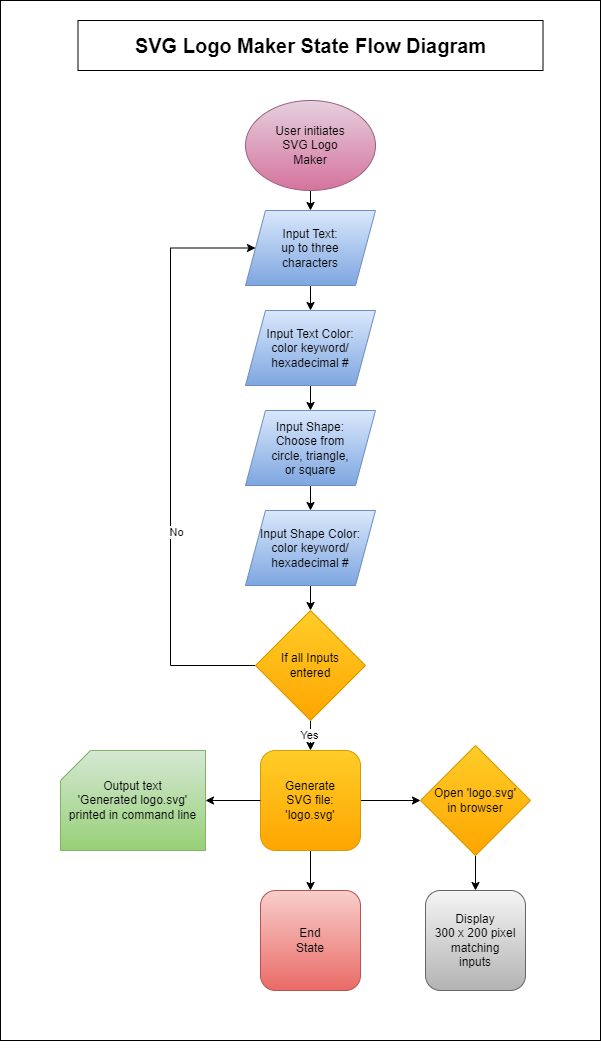
This is assets/img/Readme Generator State Diagram v1.png from naturuplift/SVGLogoMaker, a draw.io export, as it was before one commit. Source tidied: cells renumbered, new cells last; positions are measured from the earlier drawing's top-left corner, leaving out a move shared by most shapes.
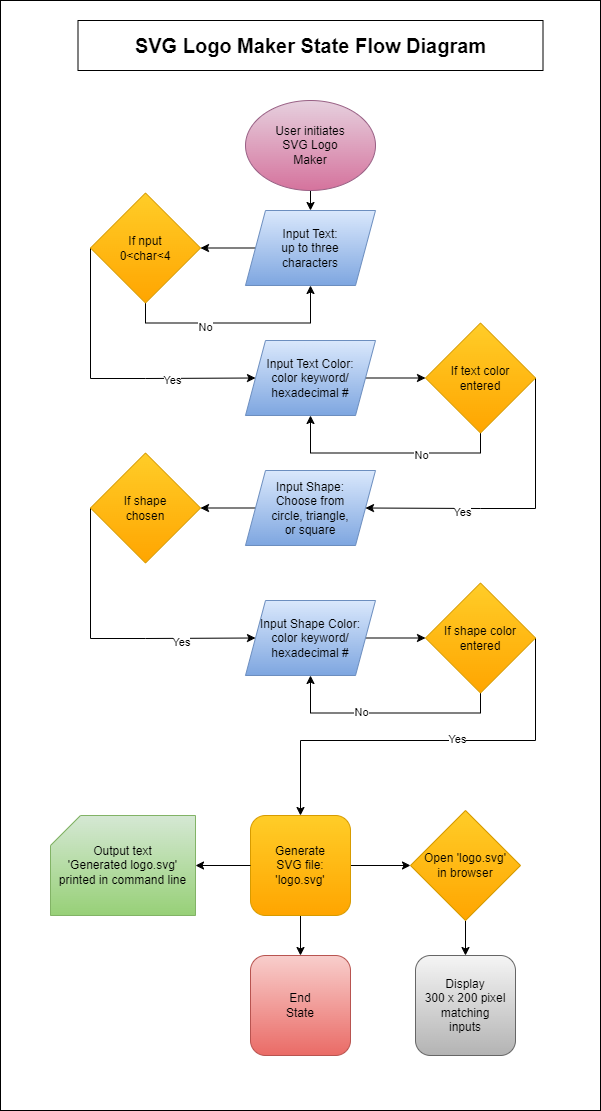
Later version of the same file.

What changed in the source:
```diff
@@ -3,7 +3,7 @@
     <mxCell id="0" />
     <mxCell id="1" parent="0" />
     <mxCell id="2" style="rounded=0;whiteSpace=wrap;html=1;fontStyle=1;" parent="1" vertex="1">
-      <mxGeometry width="600" height="1040" as="geometry" />
+      <mxGeometry width="600" height="1110" as="geometry" />
     </mxCell>
     <mxCell id="3" style="edgeStyle=orthogonalEdgeStyle;rounded=0;jettySize=auto;html=1;exitX=0.5;exitY=1;exitDx=0;exitDy=0;entryX=0.5;entryY=0;entryDx=0;entryDy=0;" parent="1" edge="1" source="5" target="7">
       <mxGeometry relative="1" as="geometry" />
@@ -14,14 +14,14 @@
     <mxCell id="5" value="User initiates&lt;br&gt;SVG Logo&lt;br&gt;Maker" style="ellipse;whiteSpace=wrap;html=1;fillColor=#e6d0de;strokeColor=#996185;gradientColor=#d5739d;" parent="1" vertex="1">
       <mxGeometry x="245" y="100" width="130" height="90" as="geometry" />
     </mxCell>
-    <mxCell id="6" style="edgeStyle=orthogonalEdgeStyle;rounded=0;jettySize=auto;html=1;exitX=0.5;exitY=1;exitDx=0;exitDy=0;entryX=0.5;entryY=0;entryDx=0;entryDy=0;" parent="1" edge="1" source="7" target="15">
-      <mxGeometry relative="1" as="geometry" />
-    </mxCell>
+    <mxCell id="29" style="edgeStyle=orthogonalEdgeStyle;rounded=0;jettySize=auto;html=1;exitX=0;exitY=0.5;exitDx=0;exitDy=0;entryX=1;entryY=0.5;entryDx=0;entryDy=0;" parent="1" edge="1" source="7" target="25">
+      <mxGeometry relative="1" as="geometry" />
+    </mxCell>
     <mxCell id="7" value="Input Text:&lt;br&gt;up to three&lt;br&gt;characters" style="shape=parallelogram;perimeter=parallelogramPerimeter;whiteSpace=wrap;html=1;fixedSize=1;fillColor=#dae8fc;strokeColor=#6c8ebf;gradientColor=#7ea6e0;" parent="1" vertex="1">
       <mxGeometry x="245" y="210" width="130" height="75" as="geometry" />
     </mxCell>
     <mxCell id="8" value="Display&lt;br&gt;300 x 200 pixel&lt;br&gt;matching&lt;br&gt;inputs" style="rounded=1;whiteSpace=wrap;html=1;fontSize=12;glass=0;strokeWidth=1;shadow=0;fillColor=#f5f5f5;strokeColor=#666666;gradientColor=#b3b3b3;" parent="1" vertex="1">
-      <mxGeometry x="425" y="890" width="100" height="100" as="geometry" />
+      <mxGeometry x="415" y="955" width="100" height="100" as="geometry" />
     </mxCell>
     <mxCell id="9" style="edgeStyle=orthogonalEdgeStyle;rounded=0;jettySize=auto;html=1;exitX=0.5;exitY=1;exitDx=0;exitDy=0;entryX=0.5;entryY=0;entryDx=0;entryDy=0;" parent="1" edge="1" source="11" target="13">
       <mxGeometry relative="1" as="geometry" />
@@ -30,7 +30,7 @@
       <mxGeometry relative="1" as="geometry" />
     </mxCell>
     <mxCell id="11" value="Generate&lt;br&gt;SVG file:&lt;br&gt;'logo.svg'" style="rounded=1;whiteSpace=wrap;html=1;fontSize=12;glass=0;strokeWidth=1;shadow=0;fillColor=#ffcd28;strokeColor=#d79b00;gradientColor=#ffa500;" parent="1" vertex="1">
-      <mxGeometry x="260" y="750" width="100" height="100" as="geometry" />
+      <mxGeometry x="250" y="815" width="100" height="100" as="geometry" />
     </mxCell>
     <mxCell id="12" style="edgeStyle=orthogonalEdgeStyle;rounded=0;orthogonalLoop=1;jettySize=auto;html=1;exitX=0.5;exitY=1;exitDx=0;exitDy=0;" parent="1" edge="1">
       <mxGeometry relative="1" as="geometry">
@@ -39,57 +39,113 @@
       </mxGeometry>
     </mxCell>
     <mxCell id="13" value="End&lt;br&gt;State" style="rounded=1;whiteSpace=wrap;html=1;fontSize=12;glass=0;strokeWidth=1;shadow=0;fillColor=#f8cecc;strokeColor=#b85450;gradientColor=#ea6b66;" parent="1" vertex="1">
-      <mxGeometry x="260" y="890" width="100" height="100" as="geometry" />
+      <mxGeometry x="250" y="955" width="100" height="100" as="geometry" />
     </mxCell>
-    <mxCell id="14" style="edgeStyle=orthogonalEdgeStyle;rounded=0;jettySize=auto;html=1;exitX=0.5;exitY=1;exitDx=0;exitDy=0;" parent="1" edge="1" source="15" target="17">
-      <mxGeometry relative="1" as="geometry" />
-    </mxCell>
+    <mxCell id="30" style="edgeStyle=orthogonalEdgeStyle;rounded=0;jettySize=auto;html=1;exitX=1;exitY=0.5;exitDx=0;exitDy=0;entryX=0;entryY=0.5;entryDx=0;entryDy=0;" parent="1" edge="1" source="15" target="40">
+      <mxGeometry relative="1" as="geometry" />
+    </mxCell>
     <mxCell id="15" value="Input Text Color:&lt;br&gt;color keyword/&lt;br&gt;hexadecimal #" style="shape=parallelogram;perimeter=parallelogramPerimeter;whiteSpace=wrap;html=1;fixedSize=1;fillColor=#dae8fc;strokeColor=#6c8ebf;gradientColor=#7ea6e0;" parent="1" vertex="1">
-      <mxGeometry x="245" y="310" width="130" height="75" as="geometry" />
+      <mxGeometry x="245" y="340" width="130" height="75" as="geometry" />
     </mxCell>
-    <mxCell id="16" style="edgeStyle=orthogonalEdgeStyle;rounded=0;jettySize=auto;html=1;exitX=0.5;exitY=1;exitDx=0;exitDy=0;" parent="1" edge="1" source="17" target="19">
-      <mxGeometry relative="1" as="geometry" />
-    </mxCell>
+    <mxCell id="31" style="edgeStyle=orthogonalEdgeStyle;rounded=0;jettySize=auto;html=1;exitX=0;exitY=0.5;exitDx=0;exitDy=0;entryX=1;entryY=0.5;entryDx=0;entryDy=0;" parent="1" edge="1" source="17" target="43">
+      <mxGeometry relative="1" as="geometry" />
+    </mxCell>
     <mxCell id="17" value="Input Shape:&lt;br&gt;Choose from&lt;br&gt;circle, triangle,&lt;br&gt;or square" style="shape=parallelogram;perimeter=parallelogramPerimeter;whiteSpace=wrap;html=1;fixedSize=1;fillColor=#dae8fc;strokeColor=#6c8ebf;gradientColor=#7ea6e0;" parent="1" vertex="1">
-      <mxGeometry x="245" y="410" width="130" height="75" as="geometry" />
+      <mxGeometry x="245" y="470" width="130" height="75" as="geometry" />
     </mxCell>
-    <mxCell id="18" style="edgeStyle=orthogonalEdgeStyle;rounded=0;jettySize=auto;html=1;exitX=0.5;exitY=1;exitDx=0;exitDy=0;entryX=0.5;entryY=0;entryDx=0;entryDy=0;" parent="1" edge="1" source="19" target="25">
-      <mxGeometry relative="1" as="geometry" />
-    </mxCell>
+    <mxCell id="32" style="edgeStyle=orthogonalEdgeStyle;rounded=0;jettySize=auto;html=1;exitX=1;exitY=0.5;exitDx=0;exitDy=0;entryX=0;entryY=0.5;entryDx=0;entryDy=0;" parent="1" edge="1" source="19" target="48">
+      <mxGeometry relative="1" as="geometry" />
+    </mxCell>
     <mxCell id="19" value="Input Shape Color:&lt;br&gt;color keyword/&lt;br&gt;hexadecimal #" style="shape=parallelogram;perimeter=parallelogramPerimeter;whiteSpace=wrap;html=1;fixedSize=1;fillColor=#dae8fc;strokeColor=#6c8ebf;gradientColor=#7ea6e0;" parent="1" vertex="1">
-      <mxGeometry x="245" y="510" width="130" height="75" as="geometry" />
+      <mxGeometry x="245" y="600" width="130" height="75" as="geometry" />
     </mxCell>
     <mxCell id="20" value="Output text&lt;br&gt;'Generated logo.svg'&lt;br&gt;printed in command line" style="shape=card;whiteSpace=wrap;html=1;fillColor=#d5e8d4;strokeColor=#82b366;gradientColor=#97d077;" parent="1" vertex="1">
-      <mxGeometry x="60" y="750" width="145" height="100" as="geometry" />
+      <mxGeometry x="50" y="815" width="145" height="100" as="geometry" />
     </mxCell>
-    <mxCell id="21" style="edgeStyle=orthogonalEdgeStyle;rounded=0;jettySize=auto;html=1;exitX=0.5;exitY=1;exitDx=0;exitDy=0;" parent="1" edge="1" source="25" target="11">
-      <mxGeometry relative="1" as="geometry" />
-    </mxCell>
-    <mxCell id="22" value="Yes" style="edgeLabel;html=1;align=center;verticalAlign=middle;" parent="21" vertex="1">
-      <mxGeometry x="0.36" y="-2" relative="1" as="geometry" />
-    </mxCell>
+    <mxCell id="33" style="edgeStyle=orthogonalEdgeStyle;rounded=0;jettySize=auto;html=1;exitX=0;exitY=0.5;exitDx=0;exitDy=0;entryX=0;entryY=0.5;entryDx=0;entryDy=0;" parent="1" edge="1" source="25" target="15">
+      <mxGeometry relative="1" as="geometry">
+        <Array as="points">
+          <mxPoint x="90" y="378" />
+          <mxPoint x="145" y="378" />
+        </Array>
+      </mxGeometry>
+    </mxCell>
+    <mxCell id="34" value="Yes" style="edgeLabel;html=1;align=center;verticalAlign=middle;" parent="33" vertex="1">
+      <mxGeometry x="0.44" y="-2" relative="1" as="geometry" />
+    </mxCell>
-    <mxCell id="23" style="edgeStyle=orthogonalEdgeStyle;rounded=0;jettySize=auto;html=1;exitX=0;exitY=0.5;exitDx=0;exitDy=0;entryX=0;entryY=0.5;entryDx=0;entryDy=0;" parent="1" edge="1" source="25" target="7">
-      <mxGeometry relative="1" as="geometry">
-        <Array as="points">
-          <mxPoint x="170" y="665" />
-          <mxPoint x="170" y="248" />
-        </Array>
-      </mxGeometry>
+    <mxCell id="23" style="edgeStyle=orthogonalEdgeStyle;rounded=0;jettySize=auto;html=1;exitX=0.5;exitY=1;exitDx=0;exitDy=0;entryX=0.5;entryY=1;entryDx=0;entryDy=0;" parent="1" edge="1" source="25" target="7">
+      <mxGeometry relative="1" as="geometry" />
     </mxCell>
-    <mxCell id="24" value="No" style="edgeLabel;html=1;align=center;verticalAlign=middle;" parent="23" vertex="1">
-      <mxGeometry x="-0.25" y="-5" relative="1" as="geometry" />
-    </mxCell>
+    <mxCell id="35" value="No" style="edgeLabel;html=1;align=center;verticalAlign=middle;" parent="23" vertex="1">
+      <mxGeometry x="-0.29" y="-3" relative="1" as="geometry">
+        <mxPoint y="1" as="offset" />
+      </mxGeometry>
+    </mxCell>
-    <mxCell id="25" value="If all Inputs&lt;br&gt;entered" style="rhombus;whiteSpace=wrap;html=1;fillColor=#ffcd28;gradientColor=#ffa500;strokeColor=#d79b00;" parent="1" vertex="1">
-      <mxGeometry x="255" y="610" width="110" height="110" as="geometry" />
+    <mxCell id="25" value="If nput&lt;br&gt;0&amp;lt;char&amp;lt;4" style="rhombus;whiteSpace=wrap;html=1;fillColor=#ffcd28;gradientColor=#ffa500;strokeColor=#d79b00;" parent="1" vertex="1">
+      <mxGeometry x="90" y="192.5" width="110" height="110" as="geometry" />
     </mxCell>
     <mxCell id="26" style="edgeStyle=orthogonalEdgeStyle;rounded=0;jettySize=auto;html=1;exitX=0.5;exitY=1;exitDx=0;exitDy=0;" parent="1" edge="1" source="27" target="8">
       <mxGeometry relative="1" as="geometry" />
     </mxCell>
     <mxCell id="27" value="Open 'logo.svg'&lt;br style=&quot;border-color: var(--border-color);&quot;&gt;in browser" style="rhombus;whiteSpace=wrap;html=1;fillColor=#ffcd28;gradientColor=#ffa500;strokeColor=#d79b00;" parent="1" vertex="1">
-      <mxGeometry x="420" y="745" width="110" height="110" as="geometry" />
+      <mxGeometry x="410" y="810" width="110" height="110" as="geometry" />
     </mxCell>
     <mxCell id="28" style="edgeStyle=orthogonalEdgeStyle;rounded=0;jettySize=auto;html=1;exitX=0;exitY=0.5;exitDx=0;exitDy=0;entryX=1;entryY=0.5;entryDx=0;entryDy=0;entryPerimeter=0;" parent="1" edge="1" source="11" target="20">
       <mxGeometry relative="1" as="geometry" />
     </mxCell>
+    <mxCell id="36" style="edgeStyle=orthogonalEdgeStyle;rounded=0;jettySize=auto;html=1;exitX=1;exitY=0.5;exitDx=0;exitDy=0;entryX=1;entryY=0.5;entryDx=0;entryDy=0;" parent="1" edge="1" source="40" target="17">
+      <mxGeometry relative="1" as="geometry">
+        <Array as="points">
+          <mxPoint x="535" y="508" />
+          <mxPoint x="480" y="508" />
+        </Array>
+      </mxGeometry>
+    </mxCell>
+    <mxCell id="37" value="Yes" style="edgeLabel;html=1;align=center;verticalAlign=middle;" parent="36" vertex="1">
+      <mxGeometry x="0.36" y="4" relative="1" as="geometry" />
+    </mxCell>
+    <mxCell id="38" style="edgeStyle=orthogonalEdgeStyle;rounded=0;jettySize=auto;html=1;exitX=0.5;exitY=1;exitDx=0;exitDy=0;entryX=0.5;entryY=1;entryDx=0;entryDy=0;" parent="1" edge="1" source="40" target="15">
+      <mxGeometry relative="1" as="geometry" />
+    </mxCell>
+    <mxCell id="39" value="No" style="edgeLabel;html=1;align=center;verticalAlign=middle;" parent="38" vertex="1">
+      <mxGeometry x="-0.3" y="2" relative="1" as="geometry" />
+    </mxCell>
+    <mxCell id="40" value="If text color&lt;br&gt;entered" style="rhombus;whiteSpace=wrap;html=1;fillColor=#ffcd28;gradientColor=#ffa500;strokeColor=#d79b00;" parent="1" vertex="1">
+      <mxGeometry x="425" y="322.5" width="110" height="110" as="geometry" />
+    </mxCell>
+    <mxCell id="41" style="edgeStyle=orthogonalEdgeStyle;rounded=0;jettySize=auto;html=1;exitX=0;exitY=0.5;exitDx=0;exitDy=0;entryX=0;entryY=0.5;entryDx=0;entryDy=0;" parent="1" edge="1" source="43" target="19">
+      <mxGeometry relative="1" as="geometry">
+        <Array as="points">
+          <mxPoint x="90" y="638" />
+          <mxPoint x="145" y="638" />
+        </Array>
+      </mxGeometry>
+    </mxCell>
+    <mxCell id="42" value="Yes" style="edgeLabel;html=1;align=center;verticalAlign=middle;" parent="41" vertex="1">
+      <mxGeometry x="0.5" y="-4" relative="1" as="geometry" />
+    </mxCell>
+    <mxCell id="43" value="If shape&lt;br&gt;chosen" style="rhombus;whiteSpace=wrap;html=1;fillColor=#ffcd28;gradientColor=#ffa500;strokeColor=#d79b00;" parent="1" vertex="1">
+      <mxGeometry x="90" y="452.5" width="110" height="110" as="geometry" />
+    </mxCell>
+    <mxCell id="44" style="edgeStyle=orthogonalEdgeStyle;rounded=0;jettySize=auto;html=1;exitX=1;exitY=0.5;exitDx=0;exitDy=0;" parent="1" edge="1" source="48" target="11">
+      <mxGeometry relative="1" as="geometry">
+        <Array as="points">
+          <mxPoint x="535" y="740" />
+          <mxPoint x="300" y="740" />
+        </Array>
+      </mxGeometry>
+    </mxCell>
+    <mxCell id="45" value="Yes" style="edgeLabel;html=1;align=center;verticalAlign=middle;" parent="44" vertex="1">
+      <mxGeometry x="-0.12" y="-2" relative="1" as="geometry" />
+    </mxCell>
+    <mxCell id="46" style="edgeStyle=orthogonalEdgeStyle;rounded=0;jettySize=auto;html=1;exitX=0.5;exitY=1;exitDx=0;exitDy=0;entryX=0.5;entryY=1;entryDx=0;entryDy=0;" parent="1" edge="1" source="48" target="19">
+      <mxGeometry relative="1" as="geometry" />
+    </mxCell>
+    <mxCell id="47" value="No" style="edgeLabel;html=1;align=center;verticalAlign=middle;" parent="46" vertex="1">
+      <mxGeometry x="0.23" y="-1" relative="1" as="geometry" />
+    </mxCell>
+    <mxCell id="48" value="If shape color&lt;br&gt;entered" style="rhombus;whiteSpace=wrap;html=1;fillColor=#ffcd28;gradientColor=#ffa500;strokeColor=#d79b00;" parent="1" vertex="1">
+      <mxGeometry x="425" y="582.5" width="110" height="110" as="geometry" />
+    </mxCell>
   </root>
 </mxGraphModel>
```
